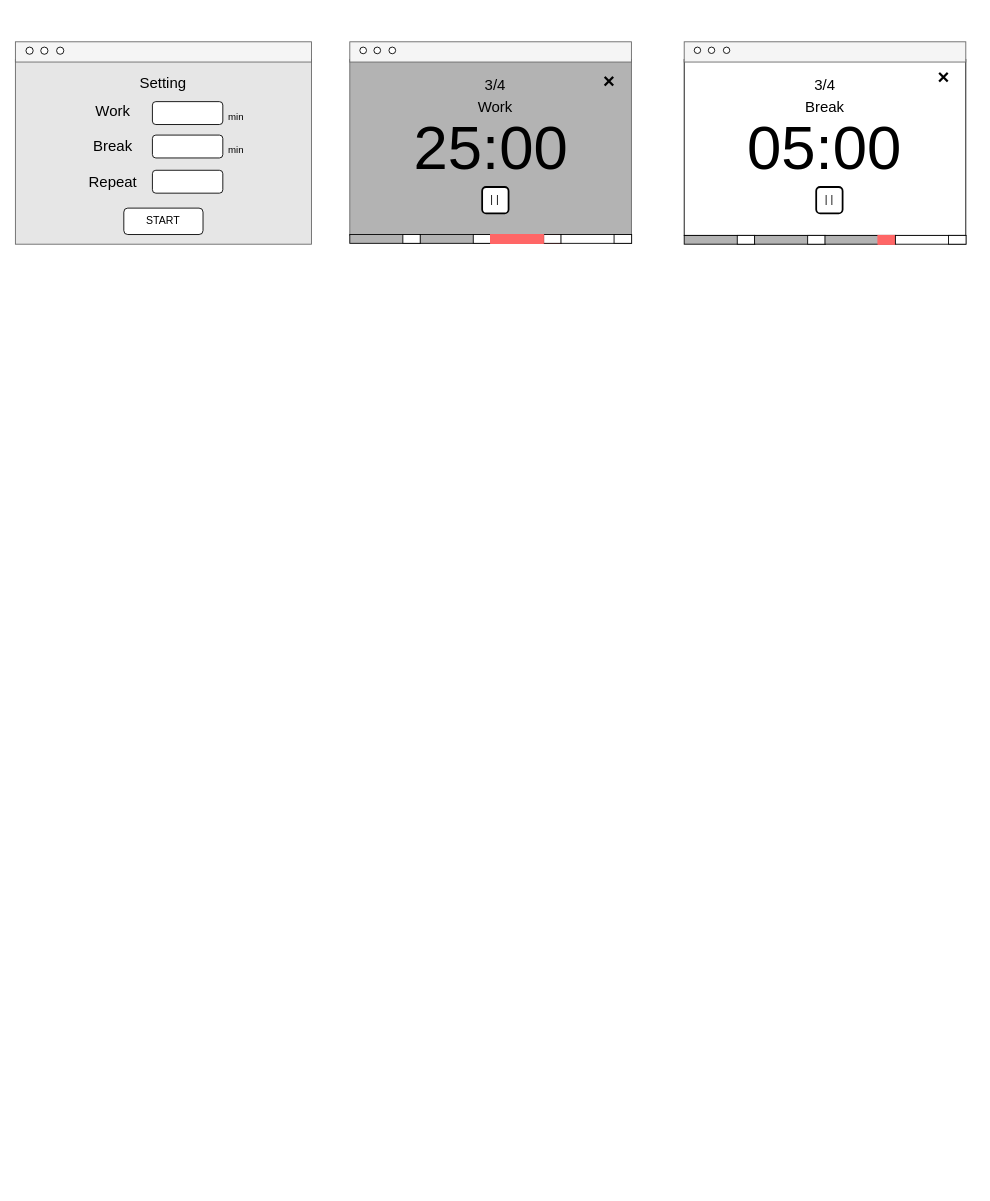
Earlier version of the draw.io diagram image.drawio (yamada814/Pomodoro). Source tidied: cells renumbered, new cells numbered last; positions are measured from the earlier drawing's top-left corner, leaving out a move shared by most shapes. Both pictures are drawn from the tidied source at 88%, with x=0, y=0 at pixel (15, 15).
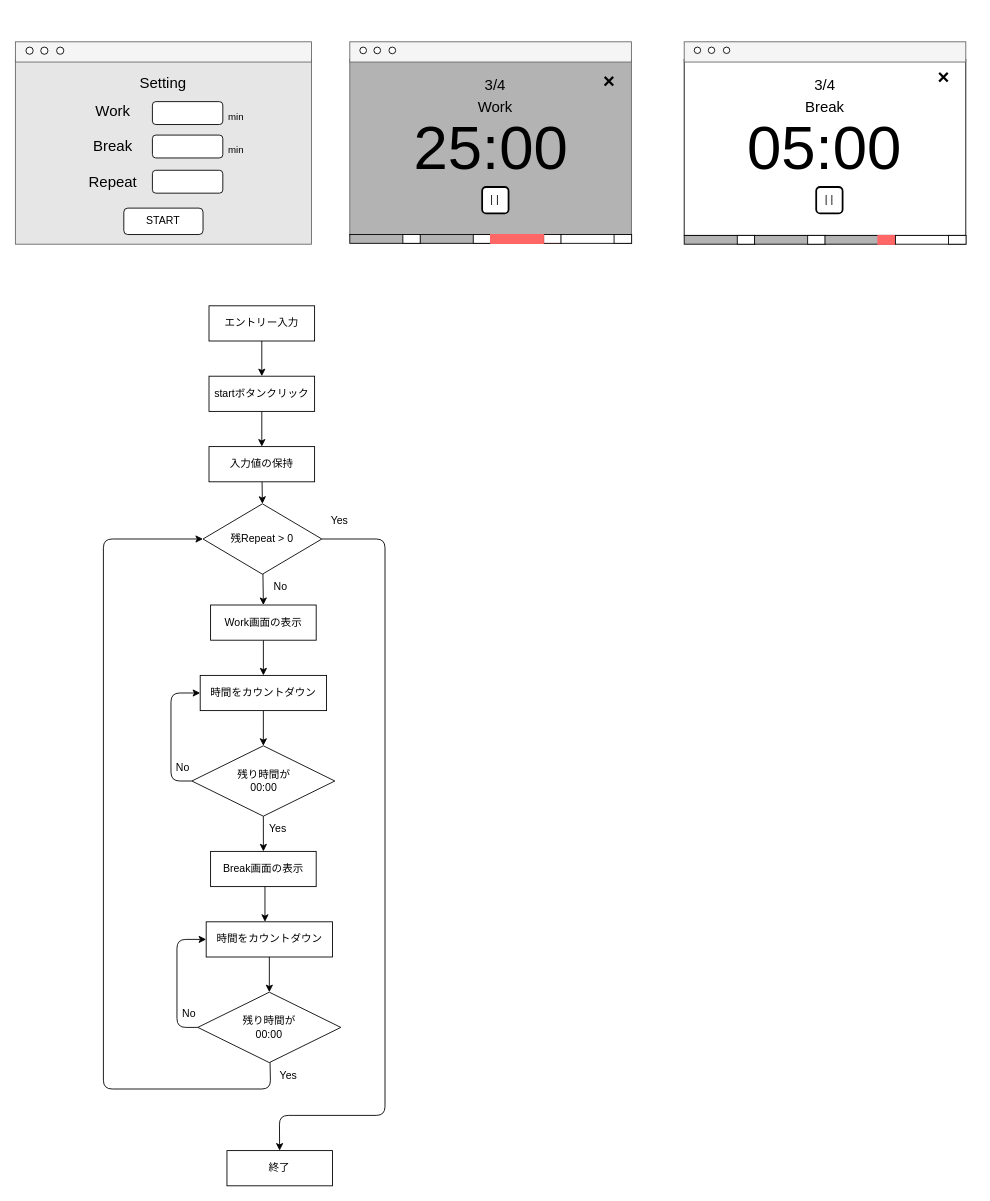
The same diagram, later.

Change to the diagram source:
```diff
@@
+    <mxCell id="72" style="edgeStyle=none;html=1;entryX=0.5;entryY=0;entryDx=0;entryDy=0;" parent="1" edge="1" source="73" target="75">
+      <mxGeometry relative="1" as="geometry" />
+    </mxCell>
+    <mxCell id="73" value="startボタンクリック" style="rounded=0;whiteSpace=wrap;html=1;" parent="1" vertex="1">
+      <mxGeometry x="220" y="410" width="120" height="40" as="geometry" />
+    </mxCell>
+    <mxCell id="74" style="edgeStyle=none;html=1;entryX=0.5;entryY=0;entryDx=0;entryDy=0;" parent="1" edge="1" source="75" target="98">
+      <mxGeometry relative="1" as="geometry" />
+    </mxCell>
+    <mxCell id="75" value="入力値の保持" style="rounded=0;whiteSpace=wrap;html=1;" parent="1" vertex="1">
+      <mxGeometry x="220" y="490" width="120" height="40" as="geometry" />
+    </mxCell>
+    <mxCell id="76" value="エントリー入力" style="rounded=0;whiteSpace=wrap;html=1;" parent="1" vertex="1">
+      <mxGeometry x="220" y="330" width="120" height="40" as="geometry" />
+    </mxCell>
+    <mxCell id="77" style="edgeStyle=none;html=1;entryX=0.5;entryY=0;entryDx=0;entryDy=0;" parent="1" edge="1" source="76" target="73">
+      <mxGeometry relative="1" as="geometry" />
+    </mxCell>
+    <mxCell id="78" style="edgeStyle=none;html=1;entryX=0.5;entryY=0;entryDx=0;entryDy=0;" parent="1" edge="1" source="79" target="84">
+      <mxGeometry relative="1" as="geometry" />
+    </mxCell>
+    <mxCell id="79" value="Work画面の表示" style="rounded=0;whiteSpace=wrap;html=1;" parent="1" vertex="1">
+      <mxGeometry x="221.8" y="670" width="120" height="40" as="geometry" />
+    </mxCell>
+    <mxCell id="80" style="edgeStyle=none;html=1;entryX=0;entryY=0.5;entryDx=0;entryDy=0;" parent="1" edge="1" source="82" target="84">
+      <mxGeometry relative="1" as="geometry">
+        <Array as="points">
+          <mxPoint x="176.8" y="870" />
+          <mxPoint x="176.8" y="770" />
+        </Array>
+      </mxGeometry>
+    </mxCell>
+    <mxCell id="81" style="edgeStyle=none;html=1;" parent="1" edge="1" source="82">
+      <mxGeometry relative="1" as="geometry">
+        <mxPoint x="281.8" y="950" as="targetPoint" />
+      </mxGeometry>
+    </mxCell>
+    <mxCell id="82" value="残り時間が&lt;div&gt;00:00&lt;/div&gt;" style="rhombus;whiteSpace=wrap;html=1;" parent="1" vertex="1">
+      <mxGeometry x="200.5" y="830" width="162.5" height="80" as="geometry" />
+    </mxCell>
+    <mxCell id="83" style="edgeStyle=none;html=1;entryX=0.5;entryY=0;entryDx=0;entryDy=0;" parent="1" edge="1" source="84" target="82">
+      <mxGeometry relative="1" as="geometry" />
+    </mxCell>
+    <mxCell id="84" value="時間をカウントダウン" style="rounded=0;whiteSpace=wrap;html=1;" parent="1" vertex="1">
+      <mxGeometry x="210" y="750" width="143.6" height="40" as="geometry" />
+    </mxCell>
+    <mxCell id="85" value="No" style="text;html=1;align=center;verticalAlign=middle;strokeColor=none;fillColor=none;" parent="1" vertex="1">
+      <mxGeometry x="170" y="840" width="40" height="30" as="geometry" />
+    </mxCell>
+    <mxCell id="86" value="Yes" style="text;html=1;align=center;verticalAlign=middle;strokeColor=none;fillColor=none;" parent="1" vertex="1">
+      <mxGeometry x="277.5" y="910" width="40" height="30" as="geometry" />
+    </mxCell>
+    <mxCell id="87" value="Break画面の表示" style="rounded=0;whiteSpace=wrap;html=1;" parent="1" vertex="1">
+      <mxGeometry x="221.8" y="950" width="120" height="40" as="geometry" />
+    </mxCell>
+    <mxCell id="88" style="edgeStyle=none;html=1;" parent="1" edge="1">
+      <mxGeometry relative="1" as="geometry">
+        <mxPoint x="283.6" y="990" as="sourcePoint" />
+        <mxPoint x="283.6" y="1030" as="targetPoint" />
+      </mxGeometry>
+    </mxCell>
+    <mxCell id="89" style="edgeStyle=none;html=1;entryX=0;entryY=0.5;entryDx=0;entryDy=0;" parent="1" edge="1" source="91" target="93">
+      <mxGeometry relative="1" as="geometry">
+        <Array as="points">
+          <mxPoint x="183.6" y="1150" />
+          <mxPoint x="183.6" y="1050" />
+        </Array>
+      </mxGeometry>
+    </mxCell>
+    <mxCell id="90" style="edgeStyle=none;html=1;entryX=0;entryY=0.5;entryDx=0;entryDy=0;" parent="1" edge="1" source="91" target="98">
+      <mxGeometry relative="1" as="geometry">
+        <Array as="points">
+          <mxPoint x="290" y="1220" />
+          <mxPoint x="100" y="1220" />
+          <mxPoint x="100" y="595" />
+        </Array>
+      </mxGeometry>
+    </mxCell>
+    <mxCell id="91" value="残り時間が&lt;div&gt;00:00&lt;/div&gt;" style="rhombus;whiteSpace=wrap;html=1;" parent="1" vertex="1">
+      <mxGeometry x="207.3" y="1110" width="162.5" height="80" as="geometry" />
+    </mxCell>
+    <mxCell id="92" style="edgeStyle=none;html=1;entryX=0.5;entryY=0;entryDx=0;entryDy=0;" parent="1" edge="1" source="93" target="91">
+      <mxGeometry relative="1" as="geometry" />
+    </mxCell>
+    <mxCell id="93" value="時間をカウントダウン" style="rounded=0;whiteSpace=wrap;html=1;" parent="1" vertex="1">
+      <mxGeometry x="216.8" y="1030" width="143.6" height="40" as="geometry" />
+    </mxCell>
+    <mxCell id="94" value="No" style="text;html=1;align=center;verticalAlign=middle;strokeColor=none;fillColor=none;" parent="1" vertex="1">
+      <mxGeometry x="176.8" y="1120" width="40" height="30" as="geometry" />
+    </mxCell>
+    <mxCell id="95" value="Yes" style="text;html=1;align=center;verticalAlign=middle;strokeColor=none;fillColor=none;" parent="1" vertex="1">
+      <mxGeometry x="290" y="1190" width="40" height="30" as="geometry" />
+    </mxCell>
+    <mxCell id="96" style="edgeStyle=none;html=1;entryX=0.5;entryY=0;entryDx=0;entryDy=0;" parent="1" edge="1" source="98" target="79">
+      <mxGeometry relative="1" as="geometry" />
+    </mxCell>
+    <mxCell id="97" style="edgeStyle=none;html=1;exitX=1;exitY=0.5;exitDx=0;exitDy=0;" parent="1" edge="1" source="98" target="100">
+      <mxGeometry relative="1" as="geometry">
+        <Array as="points">
+          <mxPoint x="420" y="595" />
+          <mxPoint x="420" y="1250" />
+          <mxPoint x="300" y="1250" />
+        </Array>
+      </mxGeometry>
+    </mxCell>
+    <mxCell id="98" value="残Repeat &amp;gt; 0" style="rhombus;whiteSpace=wrap;html=1;" parent="1" vertex="1">
+      <mxGeometry x="213.2" y="555" width="135" height="80" as="geometry" />
+    </mxCell>
+    <mxCell id="99" value="Yes" style="text;html=1;align=center;verticalAlign=middle;strokeColor=none;fillColor=none;" parent="1" vertex="1">
+      <mxGeometry x="348.2" y="560" width="40" height="30" as="geometry" />
+    </mxCell>
+    <mxCell id="100" value="終了" style="rounded=0;whiteSpace=wrap;html=1;" parent="1" vertex="1">
+      <mxGeometry x="240.4" y="1290" width="120" height="40" as="geometry" />
+    </mxCell>
+    <mxCell id="101" value="No" style="text;html=1;align=center;verticalAlign=middle;strokeColor=none;fillColor=none;" parent="1" vertex="1">
+      <mxGeometry x="280.7" y="635" width="40" height="30" as="geometry" />
+    </mxCell>
```
